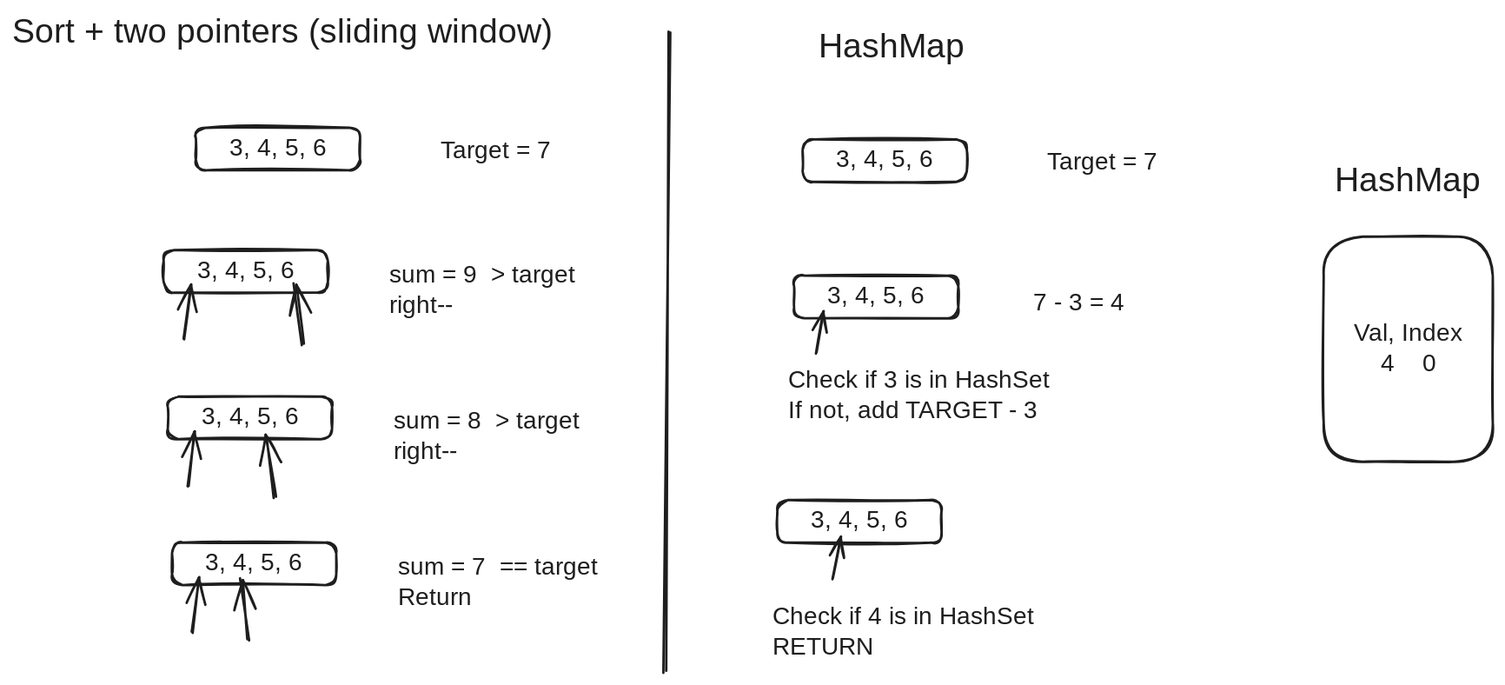
Before: DSA/LC/1_two_sum.excalidraw.svg, a diagram exported from Excalidraw (PabloNicolla/learning-ground). Source tidied: one line per element, renumbered; positions are measured from the earlier drawing's top-left corner, leaving out a move shared by most shapes. Its diagram source:
```json
{"id": 0, "type": "rectangle", "strokeColor": "#1e1e1e", "strokeWidth": 2, "roughness": 1, "round": true, "x": 151, "y": 95, "width": 135, "height": 35}
{"id": 1, "type": "text", "text": "3, 4, 5, 6", "strokeColor": "#1e1e1e", "strokeWidth": 2, "roughness": 1, "fontSize": 20, "fontFamily": 1, "textAlign": "center", "verticalAlign": "middle", "inside": 0, "x": 170, "y": 100, "width": 97, "height": 25}
{"id": 2, "type": "text", "text": "Target = 7", "strokeColor": "#1e1e1e", "strokeWidth": 2, "roughness": 1, "fontSize": 20, "fontFamily": 1, "x": 352, "y": 102, "width": 113, "height": 25}
{"id": 3, "type": "rectangle", "strokeColor": "#1e1e1e", "strokeWidth": 2, "roughness": 1, "round": true, "x": 650, "y": 104, "width": 135, "height": 35}
{"id": 4, "type": "text", "text": "3, 4, 5, 6", "strokeColor": "#1e1e1e", "strokeWidth": 2, "roughness": 1, "fontSize": 20, "fontFamily": 1, "textAlign": "center", "verticalAlign": "middle", "inside": 3, "x": 669, "y": 110, "width": 97, "height": 25}
{"id": 5, "type": "text", "text": "Target = 7", "strokeColor": "#1e1e1e", "strokeWidth": 2, "roughness": 1, "fontSize": 20, "fontFamily": 1, "x": 851, "y": 112, "width": 113, "height": 25}
{"id": 6, "type": "line", "strokeColor": "#1e1e1e", "strokeWidth": 2, "roughness": 1, "round": true, "x": 541, "y": 16, "width": 5, "height": 526, "points": [[0, 0], [-5, 526]]}
{"id": 7, "type": "text", "text": "Sort + two pointers (sliding window)", "strokeColor": "#1e1e1e", "strokeWidth": 2, "roughness": 1, "fontSize": 28, "fontFamily": 1, "x": 0, "y": 0, "width": 487, "height": 35}
{"id": 8, "type": "text", "text": "HashMap", "strokeColor": "#1e1e1e", "strokeWidth": 2, "roughness": 1, "fontSize": 28, "fontFamily": 1, "x": 663, "y": 12, "width": 117, "height": 35}
{"id": 9, "type": "rectangle", "strokeColor": "#1e1e1e", "strokeWidth": 2, "roughness": 1, "round": true, "x": 124, "y": 196, "width": 135, "height": 35}
{"id": 10, "type": "text", "text": "3, 4, 5, 6", "strokeColor": "#1e1e1e", "strokeWidth": 2, "roughness": 1, "fontSize": 20, "fontFamily": 1, "textAlign": "center", "verticalAlign": "middle", "inside": 9, "x": 144, "y": 200, "width": 97, "height": 25}
{"id": 11, "type": "text", "text": "sum = 9  > target\nright--", "strokeColor": "#1e1e1e", "strokeWidth": 2, "roughness": 1, "fontSize": 20, "fontFamily": 1, "x": 310, "y": 204, "width": 185, "height": 50}
{"id": 12, "type": "arrow", "strokeColor": "#1e1e1e", "strokeWidth": 2, "roughness": 1, "endArrowhead": "arrow", "round": true, "x": 141, "y": 269, "width": 6, "height": 45, "points": [[0, 0], [6, -45]]}
{"id": 13, "type": "arrow", "strokeColor": "#1e1e1e", "strokeWidth": 2, "roughness": 1, "endArrowhead": "arrow", "round": true, "x": 239, "y": 274, "width": 7, "height": 51, "points": [[0, 0], [-7, -51]]}
{"id": 14, "type": "rectangle", "strokeColor": "#1e1e1e", "strokeWidth": 2, "roughness": 1, "round": true, "x": 128, "y": 316, "width": 135, "height": 35}
{"id": 15, "type": "text", "text": "3, 4, 5, 6", "strokeColor": "#1e1e1e", "strokeWidth": 2, "roughness": 1, "fontSize": 20, "fontFamily": 1, "textAlign": "center", "verticalAlign": "middle", "inside": 14, "x": 147, "y": 321, "width": 97, "height": 25}
{"id": 16, "type": "text", "text": "sum = 8  > target\nright--", "strokeColor": "#1e1e1e", "strokeWidth": 2, "roughness": 1, "fontSize": 20, "fontFamily": 1, "x": 313, "y": 324, "width": 188, "height": 50}
{"id": 17, "type": "arrow", "strokeColor": "#1e1e1e", "strokeWidth": 2, "roughness": 1, "endArrowhead": "arrow", "round": true, "x": 144, "y": 389, "width": 6, "height": 45, "points": [[0, 0], [6, -45]]}
{"id": 18, "type": "arrow", "strokeColor": "#1e1e1e", "strokeWidth": 2, "roughness": 1, "endArrowhead": "arrow", "round": true, "x": 215, "y": 399, "width": 7, "height": 51, "points": [[0, 0], [-7, -51]]}
{"id": 19, "type": "rectangle", "strokeColor": "#1e1e1e", "strokeWidth": 2, "roughness": 1, "round": true, "x": 131, "y": 436, "width": 135, "height": 35}
{"id": 20, "type": "text", "text": "3, 4, 5, 6", "strokeColor": "#1e1e1e", "strokeWidth": 2, "roughness": 1, "fontSize": 20, "fontFamily": 1, "textAlign": "center", "verticalAlign": "middle", "inside": 19, "x": 150, "y": 441, "width": 97, "height": 25}
{"id": 21, "type": "text", "text": "sum = 7  == target\nReturn", "strokeColor": "#1e1e1e", "strokeWidth": 2, "roughness": 1, "fontSize": 20, "fontFamily": 1, "x": 317, "y": 444, "width": 198, "height": 50}
{"id": 22, "type": "arrow", "strokeColor": "#1e1e1e", "strokeWidth": 2, "roughness": 1, "endArrowhead": "arrow", "round": true, "x": 148, "y": 509, "width": 6, "height": 45, "points": [[0, 0], [6, -45]]}
{"id": 23, "type": "arrow", "strokeColor": "#1e1e1e", "strokeWidth": 2, "roughness": 1, "endArrowhead": "arrow", "round": true, "x": 195, "y": 516, "width": 7, "height": 51, "points": [[0, 0], [-7, -51]]}
{"id": 24, "type": "rectangle", "strokeColor": "#1e1e1e", "strokeWidth": 2, "roughness": 1, "round": true, "x": 643, "y": 216, "width": 135, "height": 35}
{"id": 25, "type": "text", "text": "3, 4, 5, 6", "strokeColor": "#1e1e1e", "strokeWidth": 2, "roughness": 1, "fontSize": 20, "fontFamily": 1, "textAlign": "center", "verticalAlign": "middle", "inside": 24, "x": 662, "y": 222, "width": 97, "height": 25}
{"id": 26, "type": "rectangle", "strokeColor": "#1e1e1e", "strokeWidth": 2, "roughness": 1, "round": true, "x": 1078, "y": 184, "width": 139, "height": 185}
{"id": 27, "type": "text", "text": "Val, Index\n4    0", "strokeColor": "#1e1e1e", "strokeWidth": 2, "roughness": 1, "fontSize": 20, "fontFamily": 1, "textAlign": "center", "verticalAlign": "middle", "inside": 26, "x": 1099, "y": 252, "width": 98, "height": 50}
{"id": 28, "type": "arrow", "strokeColor": "#1e1e1e", "strokeWidth": 2, "roughness": 1, "endArrowhead": "arrow", "round": true, "from": 33, "x": 661, "y": 280, "width": 6, "height": 34, "points": [[0, 0], [6, -34]]}
{"id": 29, "type": "text", "text": "7 - 3 = 4", "strokeColor": "#1e1e1e", "strokeWidth": 2, "roughness": 1, "fontSize": 20, "fontFamily": 1, "x": 839, "y": 227, "width": 98, "height": 25}
{"id": 30, "type": "rectangle", "strokeColor": "#1e1e1e", "strokeWidth": 2, "roughness": 1, "round": true, "x": 629, "y": 401, "width": 135, "height": 35}
{"id": 31, "type": "text", "text": "3, 4, 5, 6", "strokeColor": "#1e1e1e", "strokeWidth": 2, "roughness": 1, "fontSize": 20, "fontFamily": 1, "textAlign": "center", "verticalAlign": "middle", "inside": 30, "x": 648, "y": 406, "width": 97, "height": 25}
{"id": 32, "type": "arrow", "strokeColor": "#1e1e1e", "strokeWidth": 2, "roughness": 1, "endArrowhead": "arrow", "round": true, "x": 674, "y": 465, "width": 7, "height": 34, "points": [[0, 0], [7, -34]]}
{"id": 33, "type": "text", "text": "Check if 3 is in HashSet\nIf not, add TARGET - 3", "strokeColor": "#1e1e1e", "strokeWidth": 2, "roughness": 1, "fontSize": 20, "fontFamily": 1, "x": 638, "y": 291, "width": 254, "height": 50}
{"id": 34, "type": "text", "text": "Check if 4 is in HashSet\nRETURN", "strokeColor": "#1e1e1e", "strokeWidth": 2, "roughness": 1, "fontSize": 20, "fontFamily": 1, "x": 625, "y": 485, "width": 239, "height": 50}
{"id": 35, "type": "text", "text": "HashMap", "strokeColor": "#1e1e1e", "strokeWidth": 2, "roughness": 1, "fontSize": 28, "fontFamily": 1, "x": 1087, "y": 122, "width": 117, "height": 35}
```
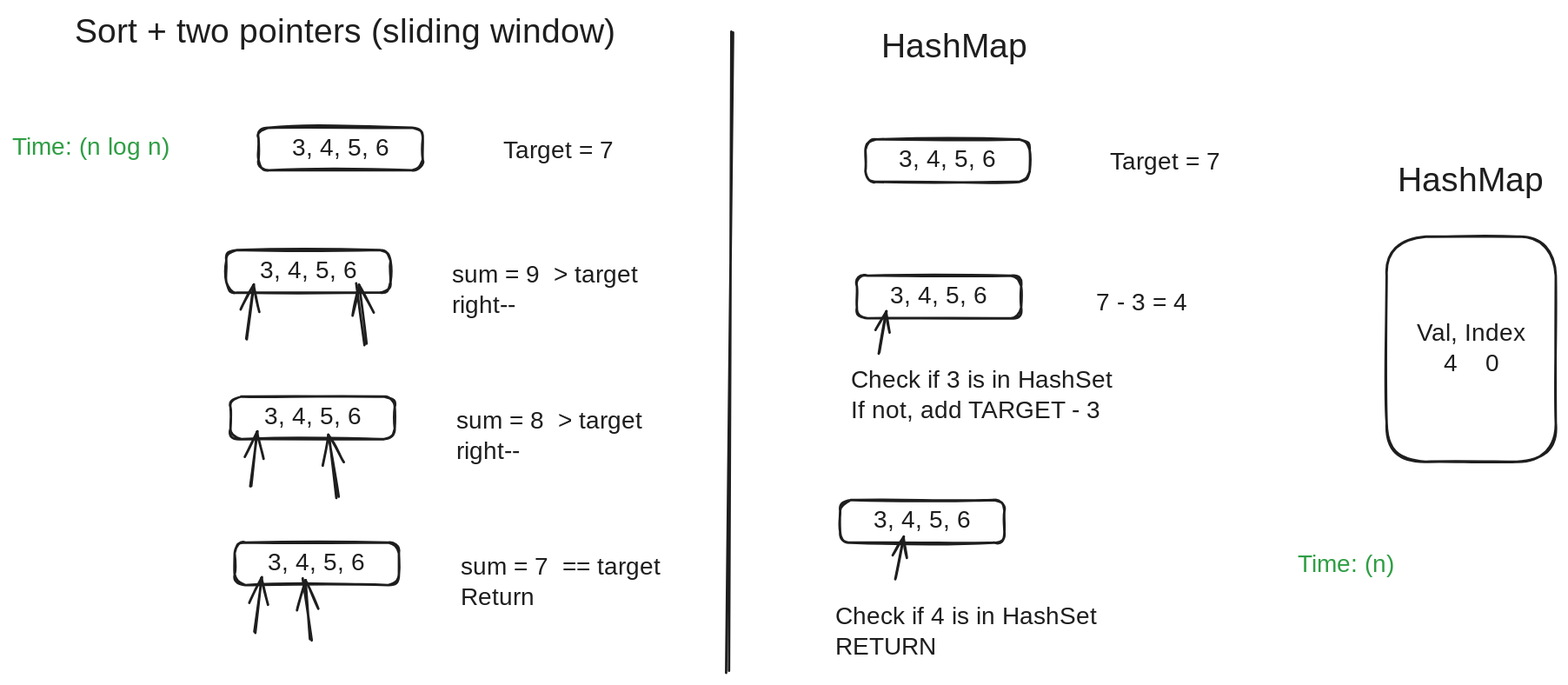
After the change.

Change to the diagram source:
```diff
@@ -34,3 +34,5 @@
 {"id": 33, "type": "text", "text": "Check if 3 is in HashSet\nIf not, add TARGET - 3", "strokeColor": "#1e1e1e", "strokeWidth": 2, "roughness": 1, "fontSize": 20, "fontFamily": 1, "x": 638, "y": 291, "width": 254, "height": 50}
 {"id": 34, "type": "text", "text": "Check if 4 is in HashSet\nRETURN", "strokeColor": "#1e1e1e", "strokeWidth": 2, "roughness": 1, "fontSize": 20, "fontFamily": 1, "x": 625, "y": 485, "width": 239, "height": 50}
 {"id": 35, "type": "text", "text": "HashMap", "strokeColor": "#1e1e1e", "strokeWidth": 2, "roughness": 1, "fontSize": 28, "fontFamily": 1, "x": 1087, "y": 122, "width": 117, "height": 35}
+{"id": 36, "type": "text", "text": "Time: (n log n)", "strokeColor": "#2f9e44", "strokeWidth": 2, "roughness": 1, "fontSize": 20, "fontFamily": 1, "x": -51, "y": 99, "width": 139, "height": 25}
+{"id": 37, "type": "text", "text": "Time: (n)", "strokeColor": "#2f9e44", "strokeWidth": 2, "roughness": 1, "fontSize": 20, "fontFamily": 1, "x": 1005, "y": 442, "width": 83, "height": 25}
```
